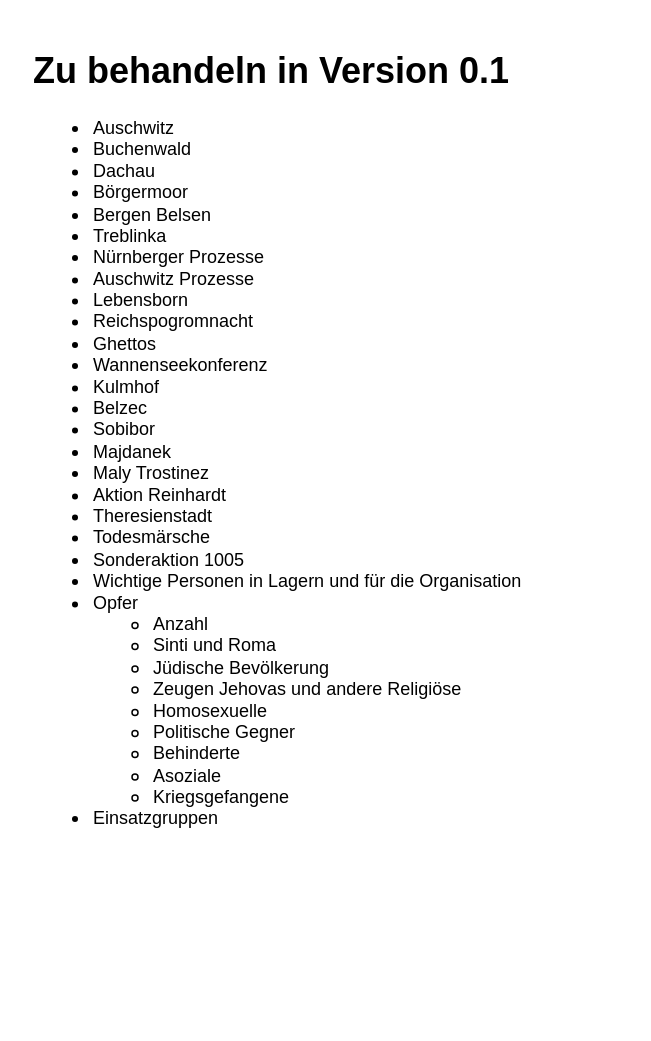
This is HOI4 Holocaust.drawio from Eisdaemon/Hoi4-Mod, a draw.io file, before an edit. Source tidied: cells renumbered, new cells numbered last; positions are measured from the earlier drawing's top-left corner, leaving out a move shared by most shapes. Both pictures are drawn from the tidied source at 150%, with x=0, y=0 at pixel (26, 40).
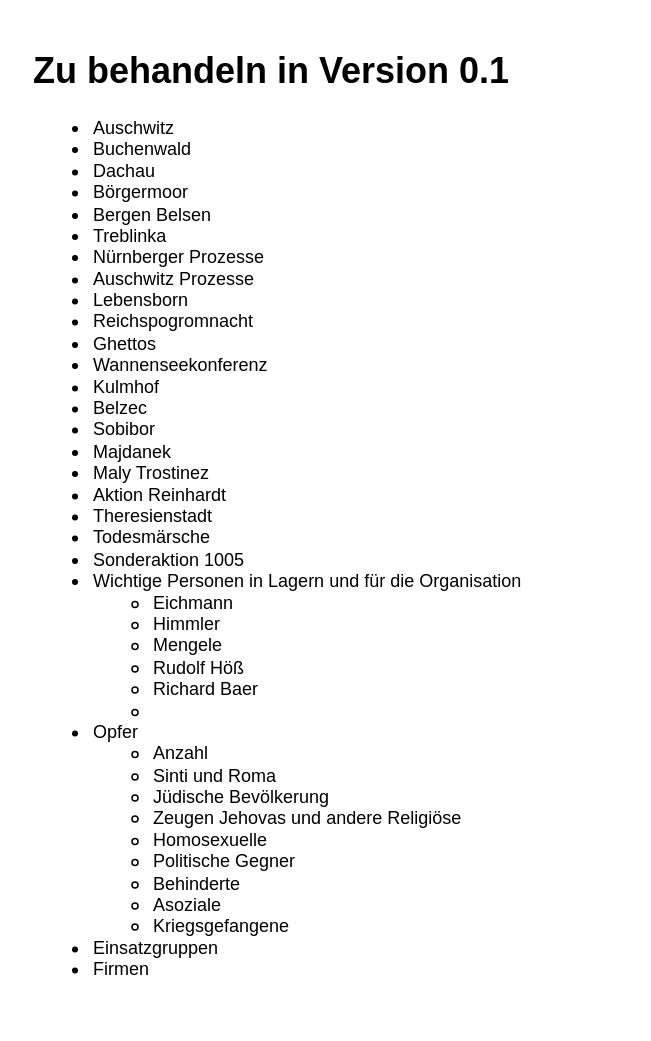
The same page after the edit.

What changed in the source:
```diff
@@
 <mxGraphModel>
   <root>
     <mxCell id="0" />
     <mxCell id="1" parent="0" />
-    <mxCell id="2" value="&lt;h1&gt;Zu behandeln in Version 0.1&lt;/h1&gt;&lt;p&gt;&lt;/p&gt;&lt;ul&gt;&lt;li&gt;Auschwitz&lt;/li&gt;&lt;li&gt;Buchenwald&lt;/li&gt;&lt;li&gt;Dachau&lt;/li&gt;&lt;li&gt;Börgermoor&lt;/li&gt;&lt;li&gt;Bergen Belsen&lt;/li&gt;&lt;li&gt;Treblinka&lt;/li&gt;&lt;li&gt;Nürnberger Prozesse&lt;/li&gt;&lt;li&gt;Auschwitz Prozesse&lt;/li&gt;&lt;li&gt;Lebensborn&lt;/li&gt;&lt;li&gt;Reichspogromnacht&lt;/li&gt;&lt;li&gt;Ghettos&lt;/li&gt;&lt;li&gt;Wannenseekonferenz&lt;/li&gt;&lt;li&gt;Kulmhof&lt;/li&gt;&lt;li&gt;Belzec&lt;/li&gt;&lt;li&gt;Sobibor&lt;/li&gt;&lt;li&gt;Majdanek&lt;/li&gt;&lt;li&gt;Maly Trostinez&lt;/li&gt;&lt;li&gt;Aktion Reinhardt&lt;/li&gt;&lt;li&gt;Theresienstadt&lt;/li&gt;&lt;li&gt;Todesmärsche&lt;/li&gt;&lt;li&gt;Sonderaktion 1005&lt;/li&gt;&lt;li&gt;Wichtige Personen in Lagern und für die Organisation&lt;/li&gt;&lt;li&gt;Opfer&lt;/li&gt;&lt;ul&gt;&lt;li&gt;Anzahl&lt;/li&gt;&lt;li&gt;Sinti und Roma&lt;/li&gt;&lt;li&gt;Jüdische Bevölkerung&lt;/li&gt;&lt;li&gt;Zeugen Jehovas und andere Religiöse&lt;/li&gt;&lt;li&gt;Homosexuelle&lt;/li&gt;&lt;li&gt;Politische Gegner&lt;/li&gt;&lt;li&gt;Behinderte&lt;/li&gt;&lt;li&gt;Asoziale&lt;/li&gt;&lt;li&gt;Kriegsgefangene&lt;/li&gt;&lt;/ul&gt;&lt;li&gt;Einsatzgruppen&lt;/li&gt;&lt;/ul&gt;&lt;p&gt;&lt;/p&gt;" style="text;html=1;strokeColor=none;fillColor=none;spacing=5;spacingTop=-20;whiteSpace=wrap;overflow=hidden;rounded=0;" parent="1" vertex="1">
+    <mxCell id="2" value="&lt;h1&gt;Zu behandeln in Version 0.1&lt;/h1&gt;&lt;p&gt;&lt;/p&gt;&lt;ul&gt;&lt;li&gt;Auschwitz&lt;/li&gt;&lt;li&gt;Buchenwald&lt;/li&gt;&lt;li&gt;Dachau&lt;/li&gt;&lt;li&gt;Börgermoor&lt;/li&gt;&lt;li&gt;Bergen Belsen&lt;/li&gt;&lt;li&gt;Treblinka&lt;/li&gt;&lt;li&gt;Nürnberger Prozesse&lt;/li&gt;&lt;li&gt;Auschwitz Prozesse&lt;/li&gt;&lt;li&gt;Lebensborn&lt;/li&gt;&lt;li&gt;Reichspogromnacht&lt;/li&gt;&lt;li&gt;Ghettos&lt;/li&gt;&lt;li&gt;Wannenseekonferenz&lt;/li&gt;&lt;li&gt;Kulmhof&lt;/li&gt;&lt;li&gt;Belzec&lt;/li&gt;&lt;li&gt;Sobibor&lt;/li&gt;&lt;li&gt;Majdanek&lt;/li&gt;&lt;li&gt;Maly Trostinez&lt;/li&gt;&lt;li&gt;Aktion Reinhardt&lt;/li&gt;&lt;li&gt;Theresienstadt&lt;/li&gt;&lt;li&gt;Todesmärsche&lt;/li&gt;&lt;li&gt;Sonderaktion 1005&lt;/li&gt;&lt;li&gt;Wichtige Personen in Lagern und für die Organisation&lt;/li&gt;&lt;ul&gt;&lt;li&gt;Eichmann&lt;/li&gt;&lt;li&gt;Himmler&lt;/li&gt;&lt;li&gt;Mengele&lt;/li&gt;&lt;li&gt;Rudolf Höß&lt;/li&gt;&lt;li&gt;Richard Baer&lt;/li&gt;&lt;li&gt;&lt;br&gt;&lt;/li&gt;&lt;/ul&gt;&lt;li&gt;Opfer&lt;/li&gt;&lt;ul&gt;&lt;li&gt;Anzahl&lt;/li&gt;&lt;li&gt;Sinti und Roma&lt;/li&gt;&lt;li&gt;Jüdische Bevölkerung&lt;/li&gt;&lt;li&gt;Zeugen Jehovas und andere Religiöse&lt;/li&gt;&lt;li&gt;Homosexuelle&lt;/li&gt;&lt;li&gt;Politische Gegner&lt;/li&gt;&lt;li&gt;Behinderte&lt;/li&gt;&lt;li&gt;Asoziale&lt;/li&gt;&lt;li&gt;Kriegsgefangene&lt;/li&gt;&lt;/ul&gt;&lt;li&gt;Einsatzgruppen&lt;/li&gt;&lt;li&gt;Firmen&lt;/li&gt;&lt;/ul&gt;&lt;p&gt;&lt;/p&gt;" style="text;html=1;strokeColor=none;fillColor=none;spacing=5;spacingTop=-20;whiteSpace=wrap;overflow=hidden;rounded=0;" parent="1" vertex="1">
       <mxGeometry width="400" height="650" as="geometry" />
     </mxCell>
   </root>
 </mxGraphModel>
```
